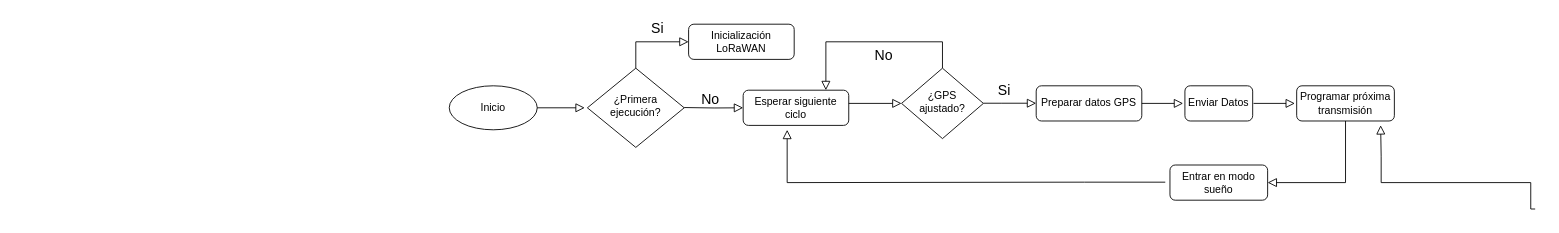
Sasarindo00/Ingenieria-6semestre keeps this draw.io diagram as page "Copia de Page-1" (2 of 2) of diagramadeflujoRFID.drawio. Above is the earlier version. Source tidied: cells renumbered, new cells numbered last; positions are measured from the earlier drawing's top-left corner, leaving out a move shared by most shapes. Both pictures are drawn from the tidied source at 88%, with x=0, y=0 at pixel (449, 15).
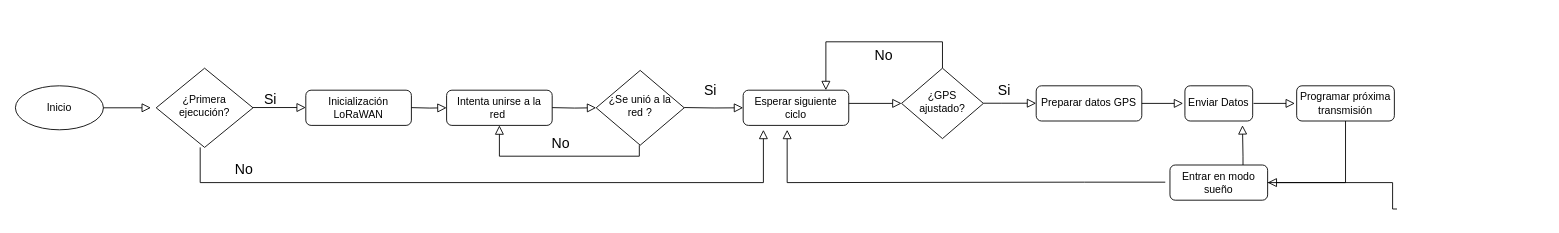
The same diagram, later.

Diff of the diagram source:
```diff
@@
     <mxCell id="2" style="rounded=0;html=1;jettySize=auto;orthogonalLoop=1;fontSize=11;endArrow=block;endFill=0;endSize=8;strokeWidth=1;shadow=0;labelBackgroundColor=none;edgeStyle=orthogonalEdgeStyle;" parent="1" edge="1">
       <mxGeometry relative="1" as="geometry">
-        <mxPoint x="94" y="105" as="sourcePoint" />
-        <mxPoint x="154" y="105" as="targetPoint" />
+        <mxPoint x="-399" y="105" as="sourcePoint" />
+        <mxPoint x="-339" y="105" as="targetPoint" />
       </mxGeometry>
     </mxCell>
     <mxCell id="3" value="Inicio" style="ellipse;whiteSpace=wrap;html=1;" parent="1" vertex="1">
-      <mxGeometry y="80" width="100" height="50" as="geometry" />
+      <mxGeometry x="-493" y="80" width="100" height="50" as="geometry" />
     </mxCell>
     <mxCell id="4" style="rounded=0;html=1;jettySize=auto;orthogonalLoop=1;fontSize=11;endArrow=block;endFill=0;endSize=8;strokeWidth=1;shadow=0;labelBackgroundColor=none;edgeStyle=orthogonalEdgeStyle;exitX=0.5;exitY=1;exitDx=0;exitDy=0;entryX=0.453;entryY=0.996;entryDx=0;entryDy=0;entryPerimeter=0;" parent="1" edge="1">
       <mxGeometry relative="1" as="geometry">
-        <mxPoint x="1234" y="220" as="sourcePoint" />
-        <mxPoint x="1058.4" y="124.8" as="targetPoint" />
+        <mxPoint x="1077" y="220" as="sourcePoint" />
+        <mxPoint x="901.4" y="124.8" as="targetPoint" />
         <Array as="points">
-          <mxPoint x="1229" y="190" />
-          <mxPoint x="1059" y="190" />
-          <mxPoint x="1059" y="160" />
-          <mxPoint x="1058" y="160" />
+          <mxPoint x="1072" y="190" />
+          <mxPoint x="902" y="190" />
+          <mxPoint x="902" y="160" />
+          <mxPoint x="901" y="160" />
         </Array>
       </mxGeometry>
     </mxCell>
     <mxCell id="5" value="Si" style="text;html=1;align=center;verticalAlign=middle;whiteSpace=wrap;rounded=0;fontSize=16;" parent="1" vertex="1">
-      <mxGeometry x="207" width="60" height="30" as="geometry" />
+      <mxGeometry x="-233" y="80" width="60" height="30" as="geometry" />
     </mxCell>
     <mxCell id="6" value="¿Primera ejecución?" style="rhombus;whiteSpace=wrap;html=1;shadow=0;fontFamily=Helvetica;fontSize=12;align=center;strokeWidth=1;spacing=6;spacingTop=-4;" parent="1" vertex="1">
-      <mxGeometry x="157" y="60" width="110" height="90" as="geometry" />
+      <mxGeometry x="-333" y="60" width="110" height="90" as="geometry" />
     </mxCell>
@@
     <mxCell id="11" value="Inicialización LoRaWAN" style="rounded=1;whiteSpace=wrap;html=1;fontSize=12;glass=0;strokeWidth=1;shadow=0;" parent="1" vertex="1">
-      <mxGeometry x="272" y="10" width="120" height="40" as="geometry" />
+      <mxGeometry x="-163" y="85" width="120" height="40" as="geometry" />
     </mxCell>
-    <mxCell id="12" style="rounded=0;html=1;jettySize=auto;fontSize=11;endArrow=block;endFill=0;endSize=8;strokeWidth=1;shadow=0;labelBackgroundColor=none;edgeStyle=orthogonalEdgeStyle;exitX=0.5;exitY=0;exitDx=0;exitDy=0;entryX=0;entryY=0.5;entryDx=0;entryDy=0;" parent="1" edge="1" source="6" target="11">
-      <mxGeometry relative="1" as="geometry">
-        <Array as="points">
-          <mxPoint x="212" y="30" />
-        </Array>
-      </mxGeometry>
-    </mxCell>
@@
-    <mxCell id="15" value="No" style="text;html=1;align=center;verticalAlign=middle;whiteSpace=wrap;rounded=0;fontSize=16;" parent="1" vertex="1">
-      <mxGeometry x="267" y="80" width="60" height="30" as="geometry" />
-    </mxCell>
@@
+    <mxCell id="26" style="rounded=0;html=1;jettySize=auto;orthogonalLoop=1;fontSize=11;endArrow=block;endFill=0;endSize=8;strokeWidth=1;shadow=0;labelBackgroundColor=none;edgeStyle=orthogonalEdgeStyle;" parent="1" edge="1">
+      <mxGeometry relative="1" as="geometry">
+        <mxPoint x="-223" y="104.7" as="sourcePoint" />
+        <mxPoint x="-163" y="104.7" as="targetPoint" />
+      </mxGeometry>
+    </mxCell>
+    <mxCell id="27" value="Intenta unirse a la red&amp;nbsp;" style="rounded=1;whiteSpace=wrap;html=1;fontSize=12;glass=0;strokeWidth=1;shadow=0;" parent="1" vertex="1">
+      <mxGeometry x="-3" y="85" width="120" height="40" as="geometry" />
+    </mxCell>
+    <mxCell id="28" value="¿Se unió a la red ?" style="rhombus;whiteSpace=wrap;html=1;shadow=0;fontFamily=Helvetica;fontSize=12;align=center;strokeWidth=1;spacing=6;spacingTop=-4;" parent="1" vertex="1">
+      <mxGeometry x="167" y="62.5" width="100" height="85" as="geometry" />
+    </mxCell>
+    <mxCell id="29" style="rounded=0;html=1;jettySize=auto;fontSize=11;endArrow=block;endFill=0;endSize=8;strokeWidth=1;shadow=0;labelBackgroundColor=none;edgeStyle=orthogonalEdgeStyle;entryX=0;entryY=0.5;entryDx=0;entryDy=0;" parent="1" edge="1" target="27">
+      <mxGeometry relative="1" as="geometry">
+        <mxPoint x="-43" y="104.8" as="sourcePoint" />
+      </mxGeometry>
+    </mxCell>
+    <mxCell id="30" style="rounded=0;html=1;jettySize=auto;orthogonalLoop=1;fontSize=11;endArrow=block;endFill=0;endSize=8;strokeWidth=1;shadow=0;labelBackgroundColor=none;edgeStyle=orthogonalEdgeStyle;" parent="1" edge="1">
+      <mxGeometry relative="1" as="geometry">
+        <mxPoint x="117" y="104.8" as="sourcePoint" />
+        <mxPoint x="167" y="105" as="targetPoint" />
+      </mxGeometry>
+    </mxCell>
+    <mxCell id="31" style="rounded=0;html=1;jettySize=auto;fontSize=11;endArrow=block;endFill=0;endSize=8;strokeWidth=1;shadow=0;labelBackgroundColor=none;edgeStyle=orthogonalEdgeStyle;exitX=0.5;exitY=1;exitDx=0;exitDy=0;entryX=0.5;entryY=1;entryDx=0;entryDy=0;" parent="1" edge="1" target="27">
+      <mxGeometry relative="1" as="geometry">
+        <mxPoint x="216" y="147.5" as="sourcePoint" />
+        <Array as="points">
+          <mxPoint x="216" y="160" />
+          <mxPoint x="57" y="160" />
+        </Array>
+      </mxGeometry>
+    </mxCell>
+    <mxCell id="32" value="No" style="text;html=1;align=center;verticalAlign=middle;whiteSpace=wrap;rounded=0;fontSize=16;" parent="1" vertex="1">
+      <mxGeometry x="97" y="130" width="60" height="30" as="geometry" />
+    </mxCell>
+    <mxCell id="33" value="Si" style="text;html=1;align=center;verticalAlign=middle;whiteSpace=wrap;rounded=0;fontSize=16;" parent="1" vertex="1">
+      <mxGeometry x="267" y="70" width="60" height="30" as="geometry" />
+    </mxCell>
+    <mxCell id="34" style="rounded=0;html=1;jettySize=auto;orthogonalLoop=1;fontSize=11;endArrow=block;endFill=0;endSize=8;strokeWidth=1;shadow=0;labelBackgroundColor=none;edgeStyle=orthogonalEdgeStyle;exitX=0.5;exitY=1;exitDx=0;exitDy=0;" parent="1" edge="1">
+      <mxGeometry relative="1" as="geometry">
+        <mxPoint x="-283" y="150" as="sourcePoint" />
+        <mxPoint x="357" y="130" as="targetPoint" />
+        <Array as="points">
+          <mxPoint x="-283" y="190" />
+          <mxPoint x="357" y="190" />
+        </Array>
+      </mxGeometry>
+    </mxCell>
+    <mxCell id="35" value="No" style="text;html=1;align=center;verticalAlign=middle;whiteSpace=wrap;rounded=0;fontSize=16;" parent="1" vertex="1">
+      <mxGeometry x="-263" y="160" width="60" height="30" as="geometry" />
+    </mxCell>
```
